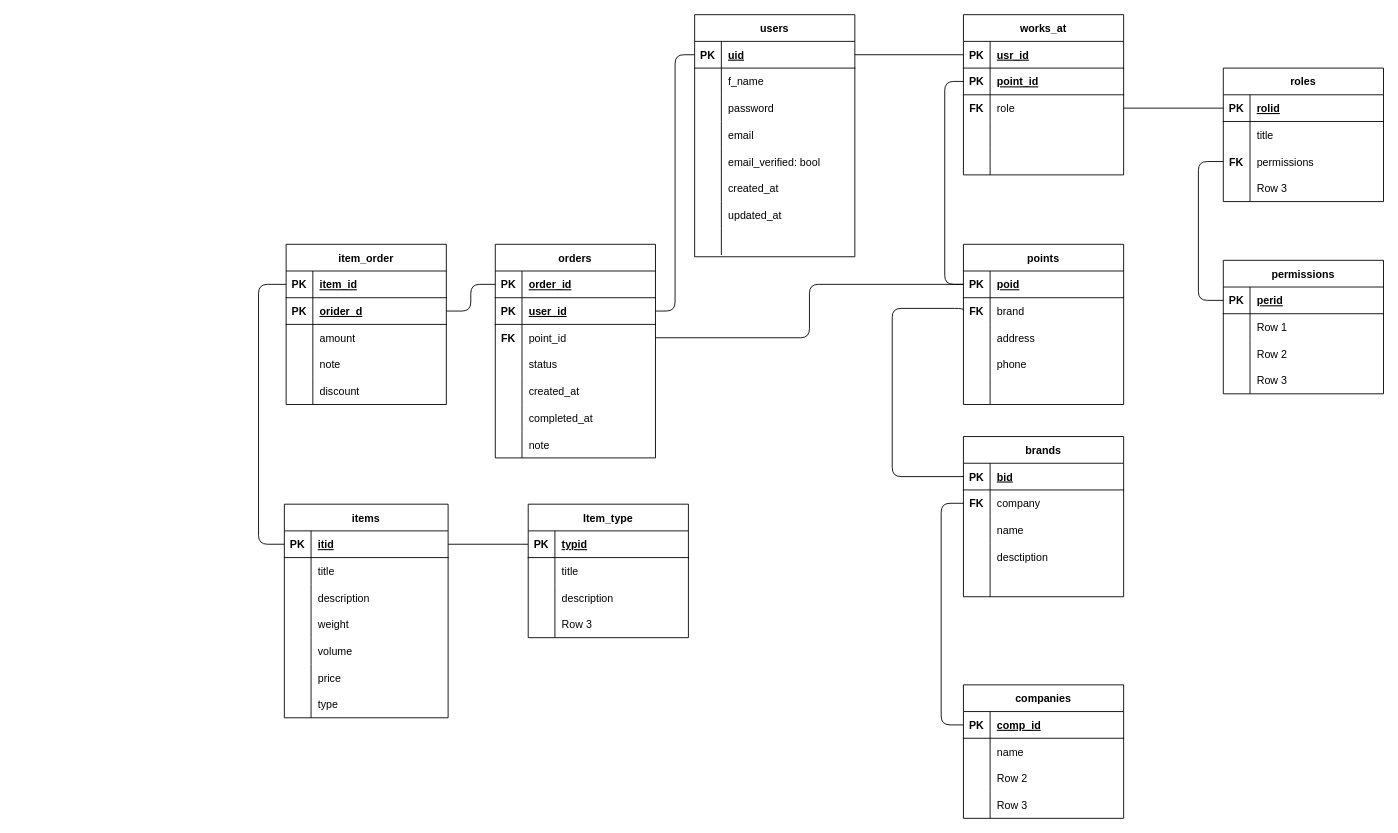
This is food-admin/file.drawio from MiroslaviPochemuVasTakMnogoTut/food-admin, a draw.io file, before an edit. Source tidied: cells renumbered, new cells numbered last; positions are measured from the earlier drawing's top-left corner, leaving out a move shared by most shapes. Both pictures are drawn from the tidied source at 89%, with x=0, y=0 at pixel (258, 14).
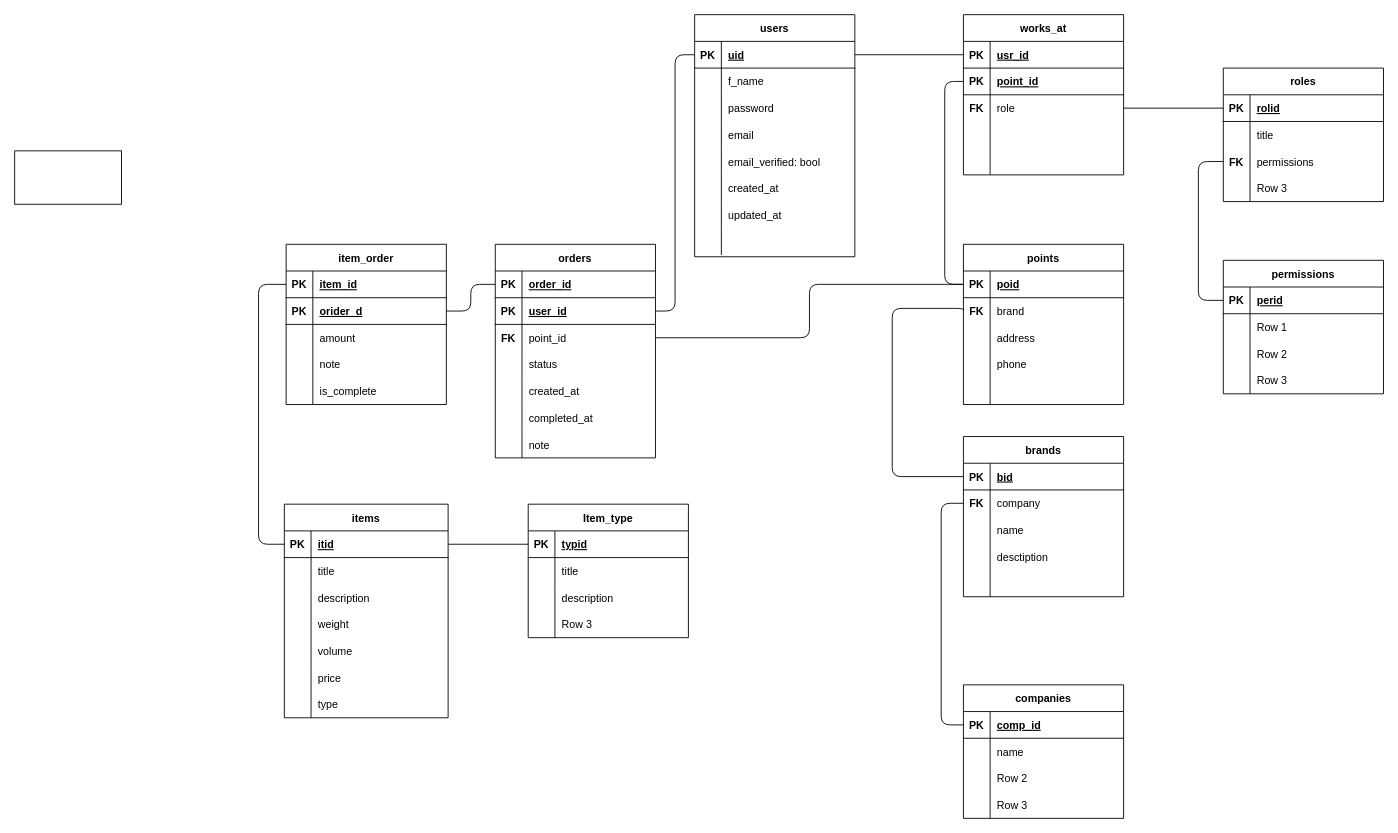
The same page after the edit.

The change refers to these unchanged cells:
```xml
<mxCell id="162" style="shape=tableRow;horizontal=0;startSize=0;swimlaneHead=0;swimlaneBody=0;fillColor=none;top=0;left=0;right=0;bottom=0;" parent="149" vertex="1">
  <mxGeometry y="150" width="180" height="30" as="geometry" />
</mxCell>
```

The edit, as a diff of the source:
```diff
@@
-    <mxCell id="164" value="discount" style="shape=partialRectangle;fillColor=none;top=0;left=0;bottom=0;right=0;align=left;spacingLeft=6;overflow=hidden;" parent="162" vertex="1">
+    <mxCell id="164" value="is_complete" style="shape=partialRectangle;fillColor=none;top=0;left=0;bottom=0;right=0;align=left;spacingLeft=6;overflow=hidden;" parent="162" vertex="1">
       <mxGeometry x="30" width="150" height="30" as="geometry" />
     </mxCell>
@@
+    <mxCell id="198" style="whiteSpace=wrap;html=1;" parent="1" vertex="1">
+      <mxGeometry x="-274" y="153" width="120" height="60" as="geometry" />
+    </mxCell>
```
